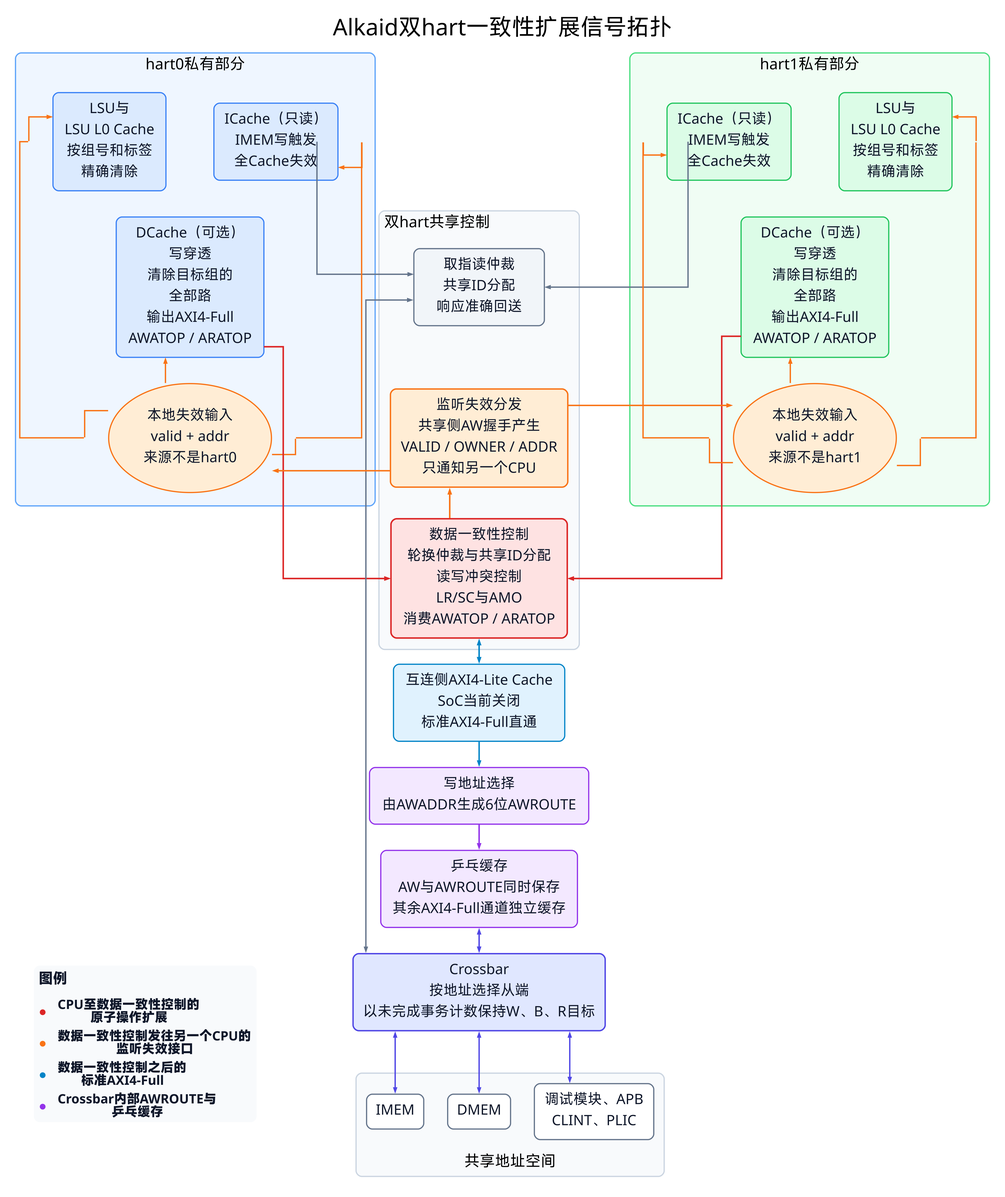
Before: RISC-V & CPU/_media/alkaid_multicore/alkaid_coherence_signal_topology.png, a diagram exported from Graphviz (Little-W/Obsidian). Its source is kept beside it as RISC-V & CPU/_media/alkaid_multicore/alkaid_coherence_signal_topology.dot.
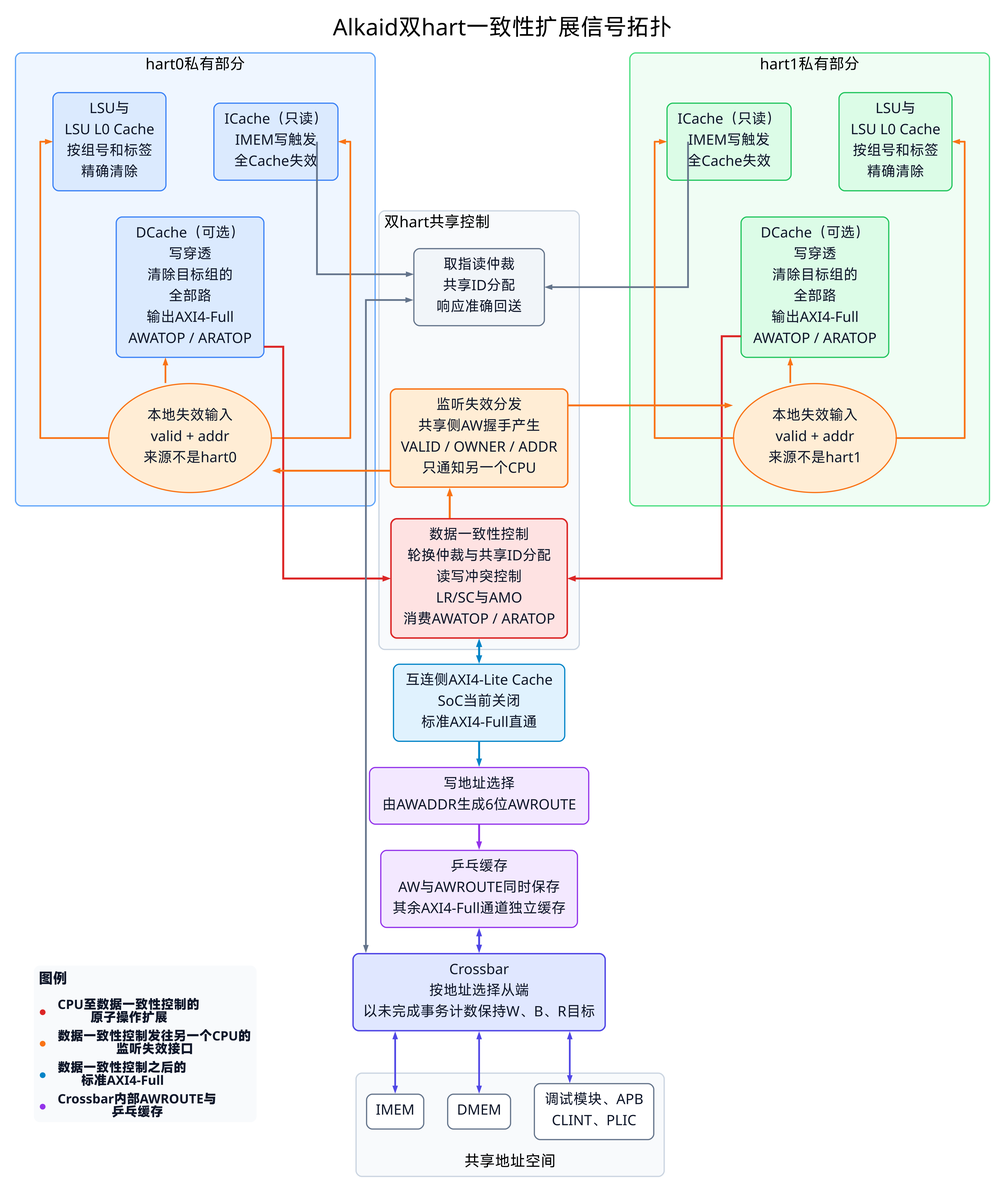
The same diagram one commit later.

Diff of the diagram source:
```diff
@@ -33,8 +33,8 @@
         fontcolor="#334155",
         fontname="Noto Sans CJK SC Bold",
         fontsize=22,
-        penwidth=2.8,
-        arrowsize=0.78,
+        penwidth=3.6,
+        arrowsize=0.95,
         headclip=true,
         tailclip=true
     ];
@@ -265,7 +265,7 @@
         snoop_router -> cm [style=invis, weight=1000];
         cm -> snoop_router [
             color="#F97316",
-            penwidth=3.2,
+            penwidth=4.2,
             constraint=false
         ];
     }
@@ -349,29 +349,29 @@
         { rank=same; imem; dmem; mmio; }
     }
 
-    c0_dc:e -> cm:w [color="#DC2626", penwidth=3.2, weight=0];
-    c1_dc:w -> cm:e [color="#DC2626", penwidth=3.2, weight=0];
+    c0_dc:e -> cm:w [color="#DC2626", penwidth=4.2, weight=0];
+    c1_dc:w -> cm:e [color="#DC2626", penwidth=4.2, weight=0];
     c0_ic:e -> iarb:w [color="#64748B", weight=0];
     c1_left_cache:w -> iarb:e [color="#64748B", weight=0];
 
-    snoop_router:w -> c0_snoop:e [color="#F97316", penwidth=3.0, constraint=false];
-    snoop_router:e -> c1_snoop:w [color="#F97316", penwidth=3.0, constraint=false];
+    snoop_router:w -> c0_snoop:e [color="#F97316", penwidth=4.0, constraint=false];
+    snoop_router:e -> c1_snoop:w [color="#F97316", penwidth=4.0, constraint=false];
 
     cm -> shared_cache [
         dir=both,
         arrowhead=normal,
         arrowtail=normal,
         color="#0284C7",
-        penwidth=3.2
+        penwidth=4.2
     ];
-    shared_cache -> route [color="#0284C7", penwidth=3.0];
-    route -> pingpong [color="#9333EA", penwidth=3.1];
+    shared_cache -> route [color="#0284C7", penwidth=4.0];
+    route -> pingpong [color="#9333EA", penwidth=4.0];
     pingpong -> xbar [
         dir=both,
         arrowhead=normal,
         arrowtail=normal,
         color="#4F46E5",
-        penwidth=3.0
+        penwidth=4.0
     ];
     iarb -> xbar [
         dir=both,
```
